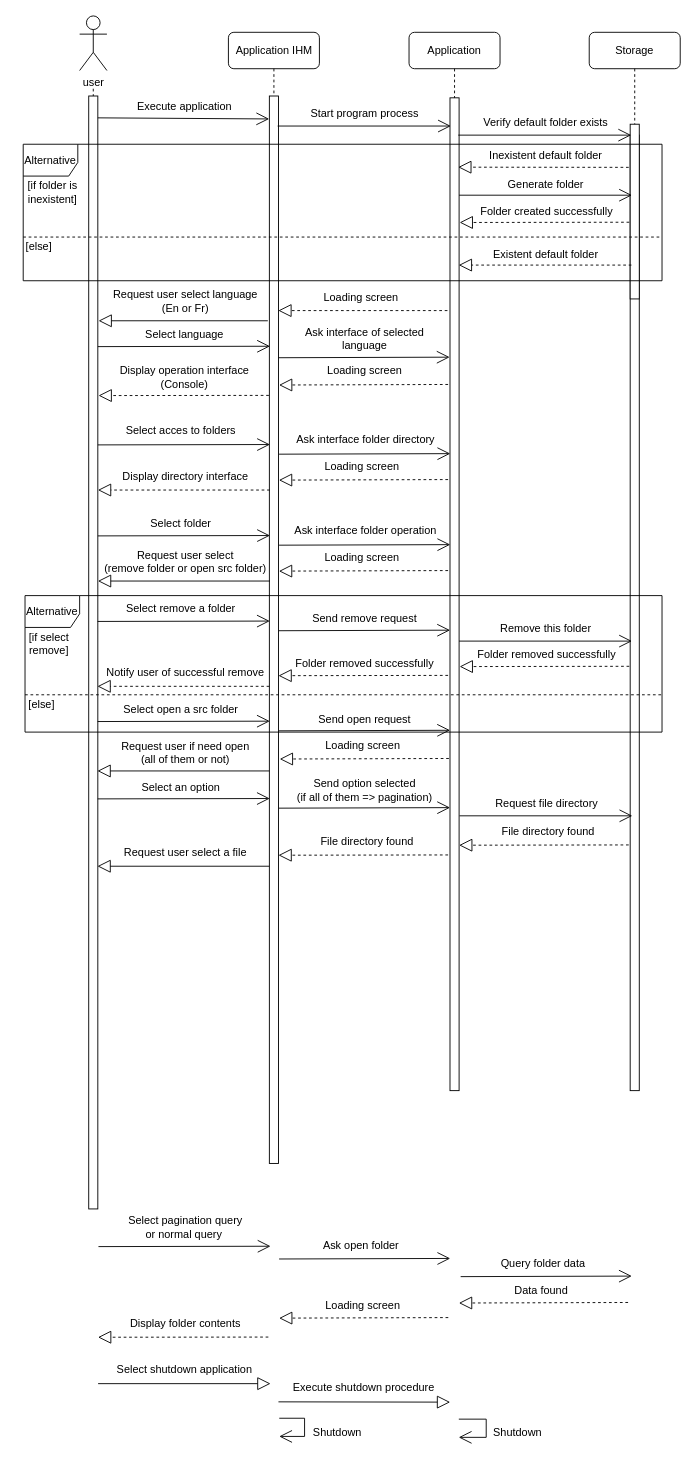
Earlier version of the draw.io diagram page "Page-1" (1 of 3) of consult diagram.drawio (Weicheng178/UML). Source tidied: cells renumbered, new cells numbered last; positions are measured from the earlier drawing's top-left corner, leaving out a move shared by most shapes. Both pictures are drawn from the tidied source at 91%, with x=0, y=0 at pixel (15, 15).
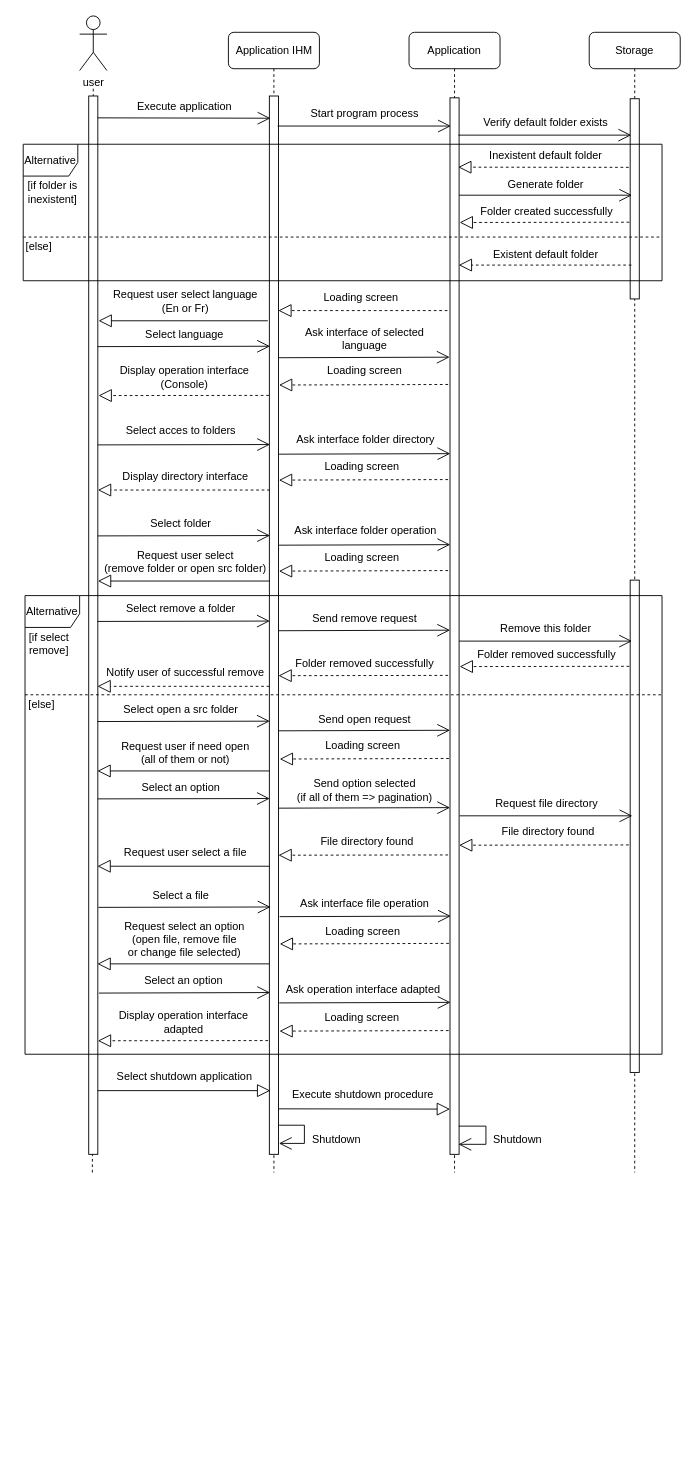
Above is the later version.

Change to the diagram source:
```diff
@@
     <mxCell id="2" style="endArrow=none;dashed=1;html=1;rounded=1;" parent="1" edge="1">
       <mxGeometry relative="1" as="geometry">
-        <mxPoint x="85" y="761" as="sourcePoint" />
+        <mxPoint x="84" y="1271" as="sourcePoint" />
         <mxPoint x="85" y="78" as="targetPoint" />
       </mxGeometry>
     </mxCell>
     <mxCell id="3" value="&lt;span style=&quot;&quot;&gt;Application IHM&lt;/span&gt;" style="shape=umlLifeline;perimeter=lifelinePerimeter;whiteSpace=wrap;html=1;rounded=1;" parent="1" vertex="1">
-      <mxGeometry x="233.5" y="18" width="100" height="793" as="geometry" />
+      <mxGeometry x="233.5" y="18" width="100" height="1253" as="geometry" />
     </mxCell>
@@
     <mxCell id="5" value="&lt;span style=&quot;&quot;&gt;Application&lt;/span&gt;" style="shape=umlLifeline;perimeter=lifelinePerimeter;whiteSpace=wrap;html=1;rounded=1;" parent="1" vertex="1">
-      <mxGeometry x="432" y="18" width="100" height="803" as="geometry" />
+      <mxGeometry x="432" y="18" width="100" height="1253" as="geometry" />
     </mxCell>
     <mxCell id="6" value="&lt;span style=&quot;&quot;&gt;Storage&lt;/span&gt;" style="shape=umlLifeline;perimeter=lifelinePerimeter;whiteSpace=wrap;html=1;rounded=1;" parent="1" vertex="1">
-      <mxGeometry x="630" y="18" width="100" height="653" as="geometry" />
+      <mxGeometry x="630" y="18" width="100" height="1253" as="geometry" />
     </mxCell>
     <mxCell id="7" style="html=1;perimeter=orthogonalPerimeter;rounded=0;glass=0;labelBackgroundColor=none;fillStyle=auto;" parent="1" vertex="1">
-      <mxGeometry x="80" y="88" width="10" height="1223" as="geometry" />
+      <mxGeometry x="80" y="88" width="10" height="1163" as="geometry" />
     </mxCell>
     <mxCell id="8" style="html=1;points=[];perimeter=orthogonalPerimeter;rounded=0;glass=0;labelBackgroundColor=none;fillStyle=auto;" parent="1" vertex="1">
-      <mxGeometry x="278.5" y="88" width="10" height="1173" as="geometry" />
+      <mxGeometry x="278.5" y="88" width="10" height="1163" as="geometry" />
     </mxCell>
     <mxCell id="9" style="html=1;perimeter=orthogonalPerimeter;rounded=0;glass=0;labelBackgroundColor=none;fillStyle=auto;" parent="1" vertex="1">
-      <mxGeometry x="477" y="90" width="10" height="1091" as="geometry" />
+      <mxGeometry x="477" y="90" width="10" height="1161" as="geometry" />
     </mxCell>
     <mxCell id="10" style="html=1;perimeter=orthogonalPerimeter;rounded=0;glass=0;labelBackgroundColor=none;fillStyle=auto;" parent="1" vertex="1">
-      <mxGeometry x="675" y="131" width="10" height="1050" as="geometry" />
+      <mxGeometry x="675" y="91" width="10" height="220" as="geometry" />
     </mxCell>
-    <mxCell id="11" value="Loading screen" style="text;html=1;align=center;verticalAlign=middle;strokeColor=none;fillColor=none;rounded=1;" parent="1" vertex="1">
-      <mxGeometry x="325.6" y="1403" width="110" height="30" as="geometry" />
-    </mxCell>
-    <mxCell id="12" style="endArrow=block;dashed=1;endFill=0;endSize=12;html=1;rounded=1;exitX=-0.211;exitY=0.186;exitDx=0;exitDy=0;exitPerimeter=0;" parent="1" edge="1">
-      <mxGeometry relative="1" as="geometry">
-        <mxPoint x="475.1" y="1430.4" as="sourcePoint" />
-        <mxPoint x="289.2" y="1431" as="targetPoint" />
-      </mxGeometry>
-    </mxCell>
-    <mxCell id="13" value="Select pagination query&lt;br&gt;or normal query&amp;nbsp;" style="text;html=1;align=center;verticalAlign=middle;strokeColor=none;fillColor=none;rounded=1;" parent="1" vertex="1">
-      <mxGeometry x="111.1" y="1311" width="150" height="40" as="geometry" />
-    </mxCell>
-    <mxCell id="14" style="endArrow=open;endFill=1;endSize=12;html=1;rounded=1;entryX=-0.083;entryY=0.173;entryDx=0;entryDy=0;entryPerimeter=0;" parent="1" edge="1">
-      <mxGeometry relative="1" as="geometry">
-        <mxPoint x="289.2" y="1366" as="sourcePoint" />
-        <mxPoint x="477.3" y="1365.4" as="targetPoint" />
-      </mxGeometry>
-    </mxCell>
-    <mxCell id="15" value="Ask open folder" style="text;html=1;align=center;verticalAlign=middle;strokeColor=none;fillColor=none;rounded=1;" parent="1" vertex="1">
-      <mxGeometry x="324.2" y="1337" width="110" height="30" as="geometry" />
-    </mxCell>
-    <mxCell id="16" style="endArrow=open;endFill=1;endSize=12;html=1;rounded=1;entryX=0.071;entryY=0.165;entryDx=0;entryDy=0;entryPerimeter=0;" parent="1" edge="1">
-      <mxGeometry relative="1" as="geometry">
-        <mxPoint x="90.7" y="1352.4" as="sourcePoint" />
-        <mxPoint x="279.8" y="1352" as="targetPoint" />
-      </mxGeometry>
-    </mxCell>
-    <mxCell id="17" style="endArrow=block;dashed=1;endFill=0;endSize=12;html=1;rounded=1;exitX=-0.125;exitY=0.144;exitDx=0;exitDy=0;exitPerimeter=0;" parent="1" edge="1">
-      <mxGeometry relative="1" as="geometry">
-        <mxPoint x="277.4" y="1451.8" as="sourcePoint" />
-        <mxPoint x="90.2" y="1452" as="targetPoint" />
-      </mxGeometry>
-    </mxCell>
-    <mxCell id="18" value="Display folder contents" style="text;html=1;align=center;verticalAlign=middle;strokeColor=none;fillColor=none;rounded=1;" parent="1" vertex="1">
-      <mxGeometry x="116.1" y="1422" width="140" height="30" as="geometry" />
-    </mxCell>
     <mxCell id="19" style="endArrow=block;endFill=0;endSize=12;html=1;rounded=1;entryX=-0.002;entryY=0.916;entryDx=0;entryDy=0;entryPerimeter=0;" parent="1" edge="1">
       <mxGeometry relative="1" as="geometry">
-        <mxPoint x="288.5" y="1523" as="sourcePoint" />
-        <mxPoint x="477.2" y="1523.3" as="targetPoint" />
+        <mxPoint x="288.3" y="1201" as="sourcePoint" />
+        <mxPoint x="477" y="1201.3" as="targetPoint" />
       </mxGeometry>
     </mxCell>
     <mxCell id="20" style="endArrow=block;endFill=0;endSize=12;html=1;rounded=1;" parent="1" edge="1">
       <mxGeometry relative="1" as="geometry">
-        <mxPoint x="90.3" y="1503" as="sourcePoint" />
-        <mxPoint x="279.8" y="1503" as="targetPoint" />
+        <mxPoint x="90" y="1181" as="sourcePoint" />
+        <mxPoint x="279.5" y="1181" as="targetPoint" />
       </mxGeometry>
     </mxCell>
     <mxCell id="21" value="Execute shutdown procedure" style="text;html=1;align=center;verticalAlign=middle;strokeColor=none;fillColor=none;rounded=1;" parent="1" vertex="1">
-      <mxGeometry x="291.5" y="1493" width="180" height="30" as="geometry" />
+      <mxGeometry x="291.2" y="1171" width="180" height="30" as="geometry" />
     </mxCell>
     <mxCell id="22" value="Shutdown" style="text;html=1;align=center;verticalAlign=middle;strokeColor=none;fillColor=none;rounded=1;" parent="1" vertex="1">
-      <mxGeometry x="312.7" y="1542" width="80" height="30" as="geometry" />
+      <mxGeometry x="312.4" y="1220" width="80" height="30" as="geometry" />
     </mxCell>
     <mxCell id="23" style="endArrow=open;endFill=1;endSize=12;html=1;rounded=0;" parent="1" edge="1">
       <mxGeometry relative="1" as="geometry">
-        <mxPoint x="486.7" y="1542" as="sourcePoint" />
-        <mxPoint x="486.6" y="1562" as="targetPoint" />
+        <mxPoint x="486.5" y="1220" as="sourcePoint" />
+        <mxPoint x="486.3" y="1240" as="targetPoint" />
         <Array as="points">
-          <mxPoint x="516.8" y="1542" />
-          <mxPoint x="516.8" y="1562" />
+          <mxPoint x="516.5" y="1220" />
+          <mxPoint x="516.5" y="1240" />
         </Array>
       </mxGeometry>
     </mxCell>
     <mxCell id="24" value="Shutdown" style="text;html=1;align=center;verticalAlign=middle;strokeColor=none;fillColor=none;rounded=1;" parent="1" vertex="1">
-      <mxGeometry x="511.3" y="1542" width="80" height="30" as="geometry" />
+      <mxGeometry x="511.1" y="1220" width="80" height="30" as="geometry" />
     </mxCell>
     <mxCell id="25" value="Select shutdown application" style="text;html=1;align=center;verticalAlign=middle;strokeColor=none;fillColor=none;rounded=1;" parent="1" vertex="1">
-      <mxGeometry x="100.2" y="1473" width="170" height="30" as="geometry" />
+      <mxGeometry x="100" y="1151" width="170" height="30" as="geometry" />
     </mxCell>
     <mxCell id="26" style="endArrow=open;endFill=1;endSize=12;html=1;rounded=0;" parent="1" edge="1">
       <mxGeometry relative="1" as="geometry">
-        <mxPoint x="289.4" y="1541" as="sourcePoint" />
-        <mxPoint x="289.3" y="1561" as="targetPoint" />
+        <mxPoint x="289.2" y="1219" as="sourcePoint" />
+        <mxPoint x="289" y="1239" as="targetPoint" />
         <Array as="points">
-          <mxPoint x="317.2" y="1541" />
-          <mxPoint x="317.2" y="1561" />
+          <mxPoint x="317" y="1219" />
+          <mxPoint x="317" y="1239" />
         </Array>
       </mxGeometry>
     </mxCell>
-    <mxCell id="27" style="endArrow=open;endFill=1;endSize=12;html=1;rounded=1;entryX=-0.083;entryY=0.173;entryDx=0;entryDy=0;entryPerimeter=0;" parent="1" edge="1">
-      <mxGeometry relative="1" as="geometry">
-        <mxPoint x="488.7" y="1385.4" as="sourcePoint" />
-        <mxPoint x="676.8" y="1384.8" as="targetPoint" />
-      </mxGeometry>
-    </mxCell>
-    <mxCell id="28" value="Query folder data" style="text;html=1;align=center;verticalAlign=middle;strokeColor=none;fillColor=none;rounded=1;" parent="1" vertex="1">
-      <mxGeometry x="518.7" y="1356.4" width="120" height="30" as="geometry" />
-    </mxCell>
-    <mxCell id="29" value="Data found" style="text;html=1;align=center;verticalAlign=middle;strokeColor=none;fillColor=none;rounded=1;" parent="1" vertex="1">
-      <mxGeometry x="537.2" y="1386.4" width="80" height="30" as="geometry" />
-    </mxCell>
-    <mxCell id="30" style="endArrow=block;dashed=1;endFill=0;endSize=12;html=1;rounded=1;exitX=-0.211;exitY=0.186;exitDx=0;exitDy=0;exitPerimeter=0;" parent="1" edge="1">
-      <mxGeometry relative="1" as="geometry">
-        <mxPoint x="672.7" y="1413.8" as="sourcePoint" />
-        <mxPoint x="486.8" y="1414.4" as="targetPoint" />
-      </mxGeometry>
-    </mxCell>
     <mxCell id="31" style="html=1;perimeter=orthogonalPerimeter;rounded=0;glass=0;labelBackgroundColor=none;fillStyle=auto;" parent="1" vertex="1">
-      <mxGeometry x="675" y="119" width="10" height="192" as="geometry" />
+      <mxGeometry x="675" y="620" width="10" height="541" as="geometry" />
     </mxCell>
@@
-    <mxCell id="37" style="endArrow=open;endFill=1;endSize=12;html=1;rounded=1;entryX=-0.015;entryY=0.014;entryDx=0;entryDy=0;entryPerimeter=0;" parent="1" edge="1">
+    <mxCell id="37" style="endArrow=open;endFill=1;endSize=12;html=1;rounded=1;entryX=0.118;entryY=0.021;entryDx=0;entryDy=0;entryPerimeter=0;" parent="1" edge="1" target="8">
       <mxGeometry relative="1" as="geometry">
         <mxPoint x="90" y="112" as="sourcePoint" />
-        <mxPoint x="278.3" y="113.2" as="targetPoint" />
       </mxGeometry>
     </mxCell>
@@
     <mxCell id="79" value="Alternative" style="shape=umlFrame;whiteSpace=wrap;html=1;width=60;height=35;" parent="1" vertex="1">
-      <mxGeometry x="10" y="637" width="700" height="150" as="geometry" />
+      <mxGeometry x="10" y="637" width="700" height="504" as="geometry" />
     </mxCell>
@@
+    <mxCell id="114" value="Select a file" style="text;html=1;align=center;verticalAlign=middle;strokeColor=none;fillColor=none;rounded=1;" parent="1" vertex="1">
+      <mxGeometry x="136.3" y="952.2" width="90" height="30" as="geometry" />
+    </mxCell>
+    <mxCell id="115" style="endArrow=open;endFill=1;endSize=12;html=1;rounded=1;entryX=0.071;entryY=0.165;entryDx=0;entryDy=0;entryPerimeter=0;" parent="1" edge="1">
+      <mxGeometry relative="1" as="geometry">
+        <mxPoint x="90.6" y="979.6" as="sourcePoint" />
+        <mxPoint x="279.8" y="979.2" as="targetPoint" />
+      </mxGeometry>
+    </mxCell>
+    <mxCell id="116" style="endArrow=open;endFill=1;endSize=12;html=1;rounded=1;entryX=-0.083;entryY=0.173;entryDx=0;entryDy=0;entryPerimeter=0;" parent="1" edge="1">
+      <mxGeometry relative="1" as="geometry">
+        <mxPoint x="289.8" y="989.8" as="sourcePoint" />
+        <mxPoint x="477.9" y="989.2" as="targetPoint" />
+      </mxGeometry>
+    </mxCell>
+    <mxCell id="117" value="Ask interface file operation" style="text;html=1;align=center;verticalAlign=middle;strokeColor=none;fillColor=none;rounded=1;" parent="1" vertex="1">
+      <mxGeometry x="302.8" y="961.2" width="160" height="30" as="geometry" />
+    </mxCell>
+    <mxCell id="118" value="Loading screen" style="text;html=1;align=center;verticalAlign=middle;strokeColor=none;fillColor=none;rounded=1;" parent="1" vertex="1">
+      <mxGeometry x="325.6" y="991.2" width="110" height="30" as="geometry" />
+    </mxCell>
+    <mxCell id="119" style="endArrow=block;dashed=1;endFill=0;endSize=12;html=1;rounded=1;exitX=-0.211;exitY=0.186;exitDx=0;exitDy=0;exitPerimeter=0;" parent="1" edge="1">
+      <mxGeometry relative="1" as="geometry">
+        <mxPoint x="475.8" y="1019.2" as="sourcePoint" />
+        <mxPoint x="289.9" y="1019.8" as="targetPoint" />
+      </mxGeometry>
+    </mxCell>
+    <mxCell id="120" value="Request select an option&lt;br&gt;(open file, remove file &lt;br&gt;or change file selected)" style="text;html=1;align=center;verticalAlign=middle;strokeColor=none;fillColor=none;rounded=1;" parent="1" vertex="1">
+      <mxGeometry x="105" y="985.2" width="160" height="60" as="geometry" />
+    </mxCell>
+    <mxCell id="121" style="endArrow=block;endFill=0;endSize=12;html=1;rounded=1;" parent="1" edge="1">
+      <mxGeometry relative="1" as="geometry">
+        <mxPoint x="278.5" y="1041.7" as="sourcePoint" />
+        <mxPoint x="89.6" y="1041.7" as="targetPoint" />
+      </mxGeometry>
+    </mxCell>
+    <mxCell id="122" style="endArrow=open;endFill=1;endSize=12;html=1;rounded=1;entryX=-0.083;entryY=0.173;entryDx=0;entryDy=0;entryPerimeter=0;" parent="1" edge="1">
+      <mxGeometry relative="1" as="geometry">
+        <mxPoint x="91.2" y="1073.8" as="sourcePoint" />
+        <mxPoint x="279.3" y="1073.2" as="targetPoint" />
+      </mxGeometry>
+    </mxCell>
+    <mxCell id="123" value="Select an option" style="text;html=1;align=center;verticalAlign=middle;strokeColor=none;fillColor=none;rounded=1;" parent="1" vertex="1">
+      <mxGeometry x="129.2" y="1045.2" width="110" height="30" as="geometry" />
+    </mxCell>
+    <mxCell id="124" style="endArrow=open;endFill=1;endSize=12;html=1;rounded=1;entryX=-0.083;entryY=0.173;entryDx=0;entryDy=0;entryPerimeter=0;" parent="1" edge="1">
+      <mxGeometry relative="1" as="geometry">
+        <mxPoint x="289.4" y="1084.6" as="sourcePoint" />
+        <mxPoint x="477.6" y="1084" as="targetPoint" />
+      </mxGeometry>
+    </mxCell>
+    <mxCell id="125" value="Ask operation interface adapted&amp;nbsp;" style="text;html=1;align=center;verticalAlign=middle;strokeColor=none;fillColor=none;rounded=1;" parent="1" vertex="1">
+      <mxGeometry x="282.5" y="1055" width="200" height="30" as="geometry" />
+    </mxCell>
+    <mxCell id="126" value="Loading screen" style="text;html=1;align=center;verticalAlign=middle;strokeColor=none;fillColor=none;rounded=1;" parent="1" vertex="1">
+      <mxGeometry x="325.3" y="1086" width="110" height="30" as="geometry" />
+    </mxCell>
+    <mxCell id="127" style="endArrow=block;dashed=1;endFill=0;endSize=12;html=1;rounded=1;exitX=-0.211;exitY=0.186;exitDx=0;exitDy=0;exitPerimeter=0;" parent="1" edge="1">
+      <mxGeometry relative="1" as="geometry">
+        <mxPoint x="475.5" y="1115" as="sourcePoint" />
+        <mxPoint x="289.6" y="1115.6" as="targetPoint" />
+      </mxGeometry>
+    </mxCell>
+    <mxCell id="128" style="endArrow=block;dashed=1;endFill=0;endSize=12;html=1;rounded=1;exitX=-0.125;exitY=0.144;exitDx=0;exitDy=0;exitPerimeter=0;" parent="1" edge="1">
+      <mxGeometry relative="1" as="geometry">
+        <mxPoint x="277.1" y="1126" as="sourcePoint" />
+        <mxPoint x="90" y="1126.2" as="targetPoint" />
+      </mxGeometry>
+    </mxCell>
+    <mxCell id="129" value="Display operation interface &lt;br&gt;adapted" style="text;html=1;align=center;verticalAlign=middle;strokeColor=none;fillColor=none;rounded=1;" parent="1" vertex="1">
+      <mxGeometry x="99.2" y="1086" width="170" height="40" as="geometry" />
+    </mxCell>
```
